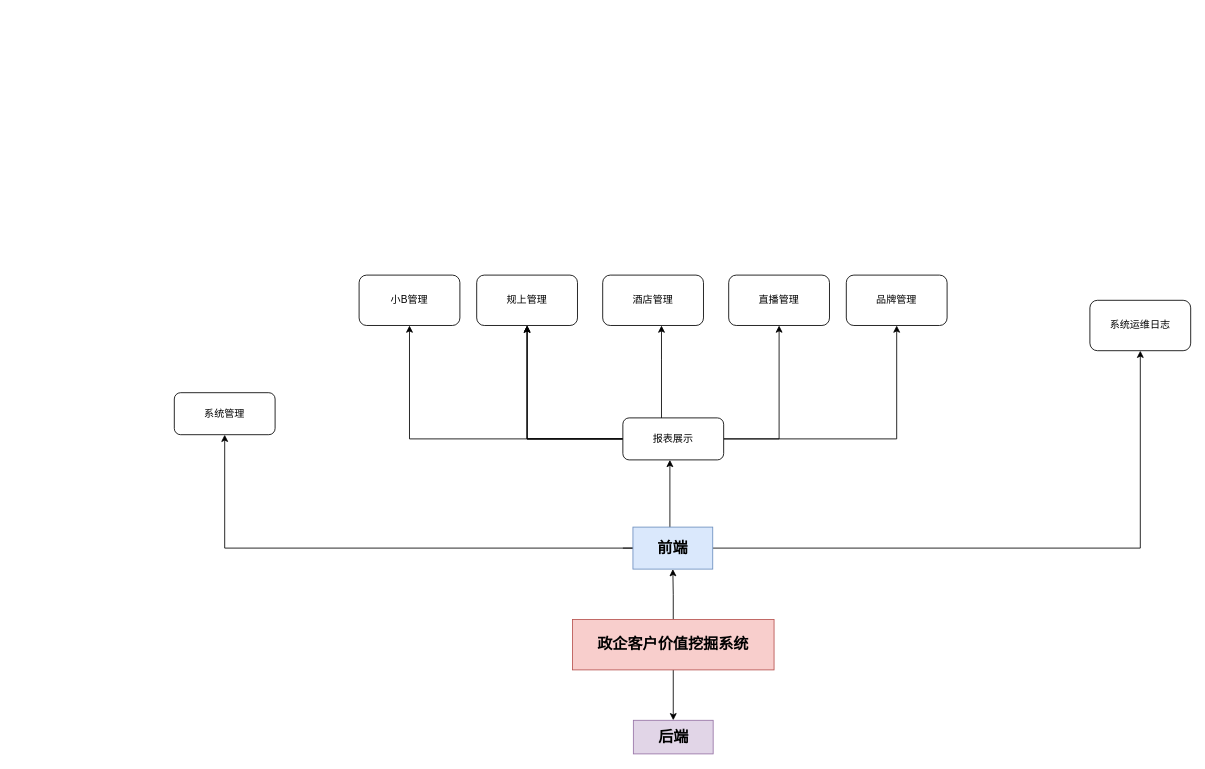
Earlier version of the draw.io diagram 未命名绘图.drawio (zhzhaoze/IFT420-Cloud-diagram). Source tidied: cells renumbered, new cells numbered last; positions are measured from the earlier drawing's top-left corner, leaving out a move shared by most shapes. Both pictures are drawn from the tidied source at 84%, with x=0, y=0 at pixel (174, 275).
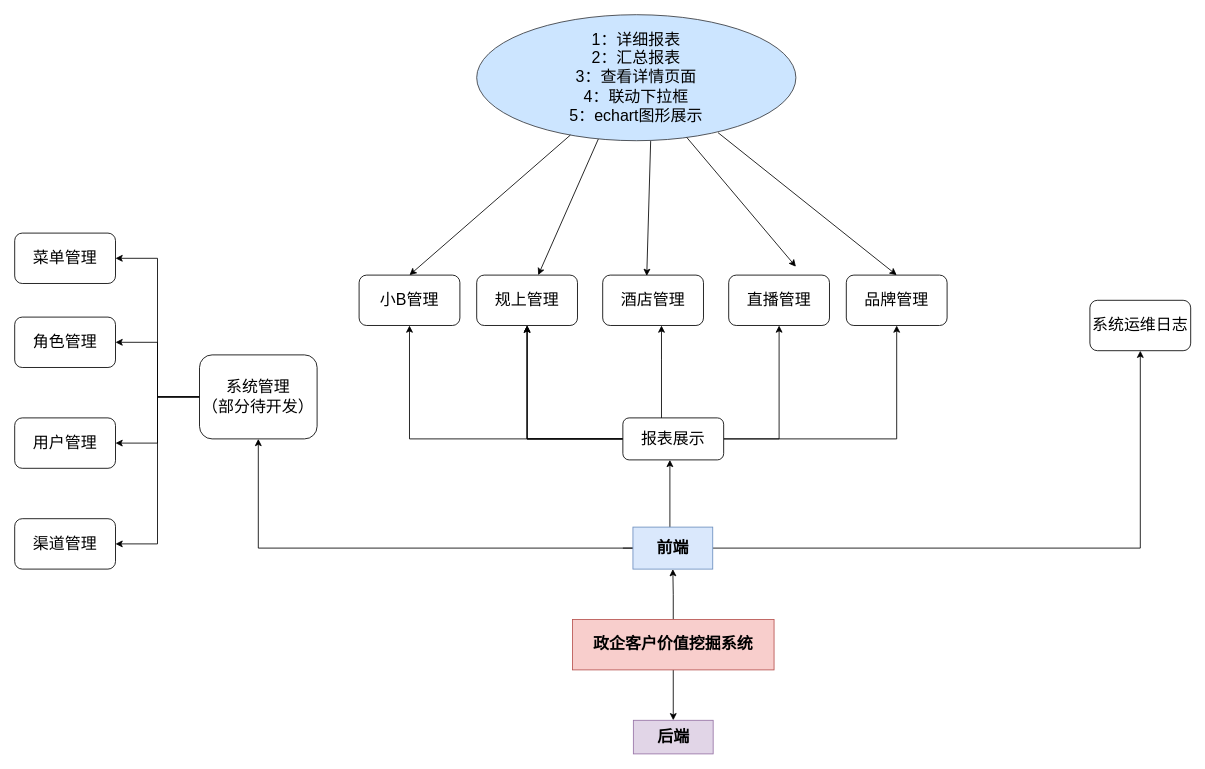
After the change.

Commit message (it also covers changes not shown here):
更新未命名绘图.drawio

What changed in the source:
```diff
@@
-    <mxCell id="2" style="edgeStyle=orthogonalEdgeStyle;rounded=0;jettySize=auto;html=1;" parent="1" edge="1" source="4" target="5">
+    <mxCell id="2" style="edgeStyle=orthogonalEdgeStyle;rounded=0;jettySize=auto;html=1;fontSize=19;" parent="1" edge="1" source="4" target="5">
       <mxGeometry relative="1" as="geometry" />
     </mxCell>
-    <mxCell id="3" style="edgeStyle=orthogonalEdgeStyle;rounded=0;jettySize=auto;html=1;" parent="1" edge="1" source="4" target="9">
+    <mxCell id="3" style="edgeStyle=orthogonalEdgeStyle;rounded=0;jettySize=auto;html=1;fontSize=19;" parent="1" edge="1" source="4" target="9">
       <mxGeometry relative="1" as="geometry" />
     </mxCell>
-    <mxCell id="4" value="&lt;font style=&quot;font-size: 18px;&quot;&gt;&lt;b&gt;政企客户价值挖掘系统&lt;/b&gt;&lt;/font&gt;" style="rounded=0;whiteSpace=wrap;html=1;fillColor=#f8cecc;strokeColor=#b85450;" parent="1" vertex="1">
+    <mxCell id="4" value="&lt;font style=&quot;font-size: 19px;&quot;&gt;&lt;b style=&quot;font-size: 19px;&quot;&gt;政企客户价值挖掘系统&lt;/b&gt;&lt;/font&gt;" style="rounded=0;whiteSpace=wrap;html=1;fillColor=#f8cecc;strokeColor=#b85450;fontSize=19;" parent="1" vertex="1">
       <mxGeometry x="474" y="410" width="240" height="60" as="geometry" />
     </mxCell>
-    <mxCell id="5" value="&lt;span style=&quot;font-size: 18px;&quot;&gt;&lt;b&gt;后端&lt;/b&gt;&lt;/span&gt;" style="rounded=0;whiteSpace=wrap;html=1;fillColor=#e1d5e7;strokeColor=#9673a6;" parent="1" vertex="1">
+    <mxCell id="5" value="&lt;span style=&quot;font-size: 19px;&quot;&gt;&lt;b style=&quot;font-size: 19px;&quot;&gt;后端&lt;/b&gt;&lt;/span&gt;" style="rounded=0;whiteSpace=wrap;html=1;fillColor=#e1d5e7;strokeColor=#9673a6;fontSize=19;" parent="1" vertex="1">
       <mxGeometry x="546.5" y="530" width="95" height="40" as="geometry" />
     </mxCell>
-    <mxCell id="6" style="edgeStyle=orthogonalEdgeStyle;rounded=0;jettySize=auto;html=1;" parent="1" edge="1" source="9" target="18">
+    <mxCell id="6" style="edgeStyle=orthogonalEdgeStyle;rounded=0;jettySize=auto;html=1;fontSize=19;" parent="1" edge="1" source="9" target="18">
       <mxGeometry relative="1" as="geometry" />
     </mxCell>
-    <mxCell id="7" style="edgeStyle=orthogonalEdgeStyle;rounded=0;jettySize=auto;html=1;" parent="1" edge="1" target="17">
+    <mxCell id="7" style="edgeStyle=orthogonalEdgeStyle;rounded=0;jettySize=auto;html=1;fontSize=19;" parent="1" edge="1" target="17">
       <mxGeometry relative="1" as="geometry">
         <mxPoint x="534" y="325" as="sourcePoint" />
         <Array as="points">
           <mxPoint x="590" y="325" />
         </Array>
       </mxGeometry>
     </mxCell>
-    <mxCell id="8" style="edgeStyle=orthogonalEdgeStyle;rounded=0;jettySize=auto;html=1;" parent="1" edge="1" source="9" target="19">
+    <mxCell id="8" style="edgeStyle=orthogonalEdgeStyle;rounded=0;jettySize=auto;html=1;fontSize=19;" parent="1" edge="1" source="9" target="19">
       <mxGeometry relative="1" as="geometry" />
     </mxCell>
-    <mxCell id="9" value="&lt;span style=&quot;font-size: 18px;&quot;&gt;&lt;b&gt;前端&lt;/b&gt;&lt;/span&gt;" style="rounded=0;whiteSpace=wrap;html=1;fillColor=#dae8fc;strokeColor=#6c8ebf;" parent="1" vertex="1">
+    <mxCell id="9" value="&lt;span style=&quot;font-size: 19px;&quot;&gt;&lt;b style=&quot;font-size: 19px;&quot;&gt;前端&lt;/b&gt;&lt;/span&gt;" style="rounded=0;whiteSpace=wrap;html=1;fillColor=#dae8fc;strokeColor=#6c8ebf;fontSize=19;" parent="1" vertex="1">
       <mxGeometry x="546" y="300" width="95" height="50" as="geometry" />
     </mxCell>
-    <mxCell id="10" style="edgeStyle=orthogonalEdgeStyle;rounded=0;jettySize=auto;html=1;" parent="1" edge="1" source="17" target="20">
+    <mxCell id="10" style="edgeStyle=orthogonalEdgeStyle;rounded=0;jettySize=auto;html=1;fontSize=19;" parent="1" edge="1" source="17" target="20">
       <mxGeometry relative="1" as="geometry" />
     </mxCell>
-    <mxCell id="11" style="edgeStyle=orthogonalEdgeStyle;rounded=0;jettySize=auto;html=1;" parent="1" edge="1" source="17" target="21">
+    <mxCell id="11" style="edgeStyle=orthogonalEdgeStyle;rounded=0;jettySize=auto;html=1;fontSize=19;" parent="1" edge="1" source="17" target="21">
       <mxGeometry relative="1" as="geometry" />
     </mxCell>
-    <mxCell id="12" style="edgeStyle=orthogonalEdgeStyle;rounded=0;jettySize=auto;html=1;" parent="1" edge="1" source="17" target="21">
+    <mxCell id="12" style="edgeStyle=orthogonalEdgeStyle;rounded=0;jettySize=auto;html=1;fontSize=19;" parent="1" edge="1" source="17" target="21">
       <mxGeometry relative="1" as="geometry" />
     </mxCell>
-    <mxCell id="13" style="edgeStyle=orthogonalEdgeStyle;rounded=0;jettySize=auto;html=1;" parent="1" edge="1" source="17" target="21">
+    <mxCell id="13" style="edgeStyle=orthogonalEdgeStyle;rounded=0;jettySize=auto;html=1;fontSize=19;" parent="1" edge="1" source="17" target="21">
       <mxGeometry relative="1" as="geometry" />
     </mxCell>
-    <mxCell id="14" style="edgeStyle=orthogonalEdgeStyle;rounded=0;jettySize=auto;html=1;" parent="1" edge="1" source="17" target="22">
+    <mxCell id="14" style="edgeStyle=orthogonalEdgeStyle;rounded=0;jettySize=auto;html=1;fontSize=19;" parent="1" edge="1" source="17" target="22">
       <mxGeometry relative="1" as="geometry">
         <Array as="points">
           <mxPoint x="580" y="100" />
           <mxPoint x="580" y="100" />
         </Array>
       </mxGeometry>
     </mxCell>
-    <mxCell id="15" style="edgeStyle=orthogonalEdgeStyle;rounded=0;jettySize=auto;html=1;" parent="1" edge="1" source="17" target="23">
+    <mxCell id="15" style="edgeStyle=orthogonalEdgeStyle;rounded=0;jettySize=auto;html=1;fontSize=19;" parent="1" edge="1" source="17" target="23">
       <mxGeometry relative="1" as="geometry" />
     </mxCell>
-    <mxCell id="16" style="edgeStyle=orthogonalEdgeStyle;rounded=0;jettySize=auto;html=1;" parent="1" edge="1" source="17" target="24">
+    <mxCell id="16" style="edgeStyle=orthogonalEdgeStyle;rounded=0;jettySize=auto;html=1;fontSize=19;" parent="1" edge="1" source="17" target="24">
       <mxGeometry relative="1" as="geometry" />
     </mxCell>
-    <mxCell id="17" value="报表展示" style="rounded=1;whiteSpace=wrap;html=1;" parent="1" vertex="1">
+    <mxCell id="17" value="报表展示" style="rounded=1;whiteSpace=wrap;html=1;fontSize=19;" parent="1" vertex="1">
       <mxGeometry x="534" y="170" width="120" height="50" as="geometry" />
     </mxCell>
+    <mxCell id="25" style="edgeStyle=orthogonalEdgeStyle;rounded=0;jettySize=auto;html=1;entryX=1;entryY=0.5;entryDx=0;entryDy=0;" parent="1" edge="1" source="18" target="35">
+      <mxGeometry relative="1" as="geometry" />
+    </mxCell>
+    <mxCell id="26" style="edgeStyle=orthogonalEdgeStyle;rounded=0;jettySize=auto;html=1;entryX=1;entryY=0.5;entryDx=0;entryDy=0;" parent="1" edge="1" source="18" target="38">
+      <mxGeometry relative="1" as="geometry" />
+    </mxCell>
+    <mxCell id="27" style="edgeStyle=orthogonalEdgeStyle;rounded=0;jettySize=auto;html=1;entryX=1;entryY=0.5;entryDx=0;entryDy=0;" parent="1" edge="1" source="18" target="36">
+      <mxGeometry relative="1" as="geometry" />
+    </mxCell>
+    <mxCell id="28" style="edgeStyle=orthogonalEdgeStyle;rounded=0;jettySize=auto;html=1;entryX=1;entryY=0.5;entryDx=0;entryDy=0;" parent="1" edge="1" source="18" target="37">
+      <mxGeometry relative="1" as="geometry" />
+    </mxCell>
-    <mxCell id="18" value="系统管理" style="rounded=1;whiteSpace=wrap;html=1;" parent="1" vertex="1">
-      <mxGeometry y="140" width="120" height="50" as="geometry" />
+    <mxCell id="18" value="系统管理&lt;br&gt;（部分待开发）" style="rounded=1;whiteSpace=wrap;html=1;fontSize=19;" parent="1" vertex="1">
+      <mxGeometry x="30" y="95" width="140" height="100" as="geometry" />
     </mxCell>
-    <mxCell id="19" value="系统运维日志" style="rounded=1;whiteSpace=wrap;html=1;" parent="1" vertex="1">
+    <mxCell id="19" value="系统运维日志" style="rounded=1;whiteSpace=wrap;html=1;fontSize=19;" parent="1" vertex="1">
       <mxGeometry x="1090" y="30" width="120" height="60" as="geometry" />
     </mxCell>
-    <mxCell id="20" value="小B管理" style="rounded=1;whiteSpace=wrap;html=1;" parent="1" vertex="1">
+    <mxCell id="20" value="小B管理" style="rounded=1;whiteSpace=wrap;html=1;fontSize=19;" parent="1" vertex="1">
       <mxGeometry x="220" width="120" height="60" as="geometry" />
     </mxCell>
-    <mxCell id="21" value="规上管理" style="whiteSpace=wrap;html=1;rounded=1;" parent="1" vertex="1">
+    <mxCell id="21" value="规上管理" style="whiteSpace=wrap;html=1;rounded=1;fontSize=19;" parent="1" vertex="1">
       <mxGeometry x="360" width="120" height="60" as="geometry" />
     </mxCell>
-    <mxCell id="22" value="酒店管理" style="whiteSpace=wrap;html=1;rounded=1;" parent="1" vertex="1">
+    <mxCell id="22" value="酒店管理" style="whiteSpace=wrap;html=1;rounded=1;fontSize=19;" parent="1" vertex="1">
       <mxGeometry x="510" width="120" height="60" as="geometry" />
     </mxCell>
-    <mxCell id="23" value="直播管理" style="whiteSpace=wrap;html=1;rounded=1;" parent="1" vertex="1">
+    <mxCell id="23" value="直播管理" style="whiteSpace=wrap;html=1;rounded=1;fontSize=19;" parent="1" vertex="1">
       <mxGeometry x="660" width="120" height="60" as="geometry" />
     </mxCell>
-    <mxCell id="24" value="品牌管理" style="whiteSpace=wrap;html=1;rounded=1;" parent="1" vertex="1">
+    <mxCell id="24" value="品牌管理" style="whiteSpace=wrap;html=1;rounded=1;fontSize=19;" parent="1" vertex="1">
       <mxGeometry x="800" width="120" height="60" as="geometry" />
     </mxCell>
+    <mxCell id="29" value="&lt;font style=&quot;font-size: 19px;&quot;&gt;1：详细报表&lt;br&gt;2：汇总报表&lt;br&gt;3：查看详情页面&lt;br&gt;4：联动下拉框&lt;br&gt;5：echart图形展示&lt;/font&gt;" style="ellipse;whiteSpace=wrap;html=1;fillColor=#cce5ff;strokeColor=#36393d;" parent="1" vertex="1">
+      <mxGeometry x="360" y="-310" width="380" height="150" as="geometry" />
+    </mxCell>
+    <mxCell id="30" style="endArrow=classic;html=1;rounded=0;entryX=0.5;entryY=0;entryDx=0;entryDy=0;" parent="1" edge="1" source="29" target="20">
+      <mxGeometry relative="1" as="geometry" />
+    </mxCell>
+    <mxCell id="31" style="endArrow=classic;html=1;rounded=0;exitX=0.381;exitY=0.987;exitDx=0;exitDy=0;exitPerimeter=0;" parent="1" edge="1" source="29" target="21">
+      <mxGeometry relative="1" as="geometry" />
+    </mxCell>
+    <mxCell id="32" style="endArrow=classic;html=1;rounded=0;entryX=0.437;entryY=0.017;entryDx=0;entryDy=0;entryPerimeter=0;exitX=0.545;exitY=1.003;exitDx=0;exitDy=0;exitPerimeter=0;" parent="1" edge="1" source="29" target="22">
+      <mxGeometry relative="1" as="geometry" />
+    </mxCell>
+    <mxCell id="33" style="endArrow=classic;html=1;rounded=0;" parent="1" edge="1" source="29">
+      <mxGeometry relative="1" as="geometry">
+        <mxPoint x="740" y="-10" as="targetPoint" />
+      </mxGeometry>
+    </mxCell>
+    <mxCell id="34" style="endArrow=classic;html=1;rounded=0;entryX=0.5;entryY=0;entryDx=0;entryDy=0;exitX=0.756;exitY=0.936;exitDx=0;exitDy=0;exitPerimeter=0;" parent="1" edge="1" source="29" target="24">
+      <mxGeometry relative="1" as="geometry" />
+    </mxCell>
+    <mxCell id="35" value="用户管理" style="whiteSpace=wrap;html=1;fontSize=19;rounded=1;" parent="1" vertex="1">
+      <mxGeometry x="-190" y="170" width="120" height="60" as="geometry" />
+    </mxCell>
+    <mxCell id="36" value="角色管理" style="whiteSpace=wrap;html=1;fontSize=19;rounded=1;" parent="1" vertex="1">
+      <mxGeometry x="-190" y="50" width="120" height="60" as="geometry" />
+    </mxCell>
+    <mxCell id="37" value="菜单管理" style="whiteSpace=wrap;html=1;fontSize=19;rounded=1;" parent="1" vertex="1">
+      <mxGeometry x="-190" y="-50" width="120" height="60" as="geometry" />
+    </mxCell>
+    <mxCell id="38" value="渠道管理" style="whiteSpace=wrap;html=1;fontSize=19;rounded=1;" parent="1" vertex="1">
+      <mxGeometry x="-190" y="290" width="120" height="60" as="geometry" />
+    </mxCell>
```
